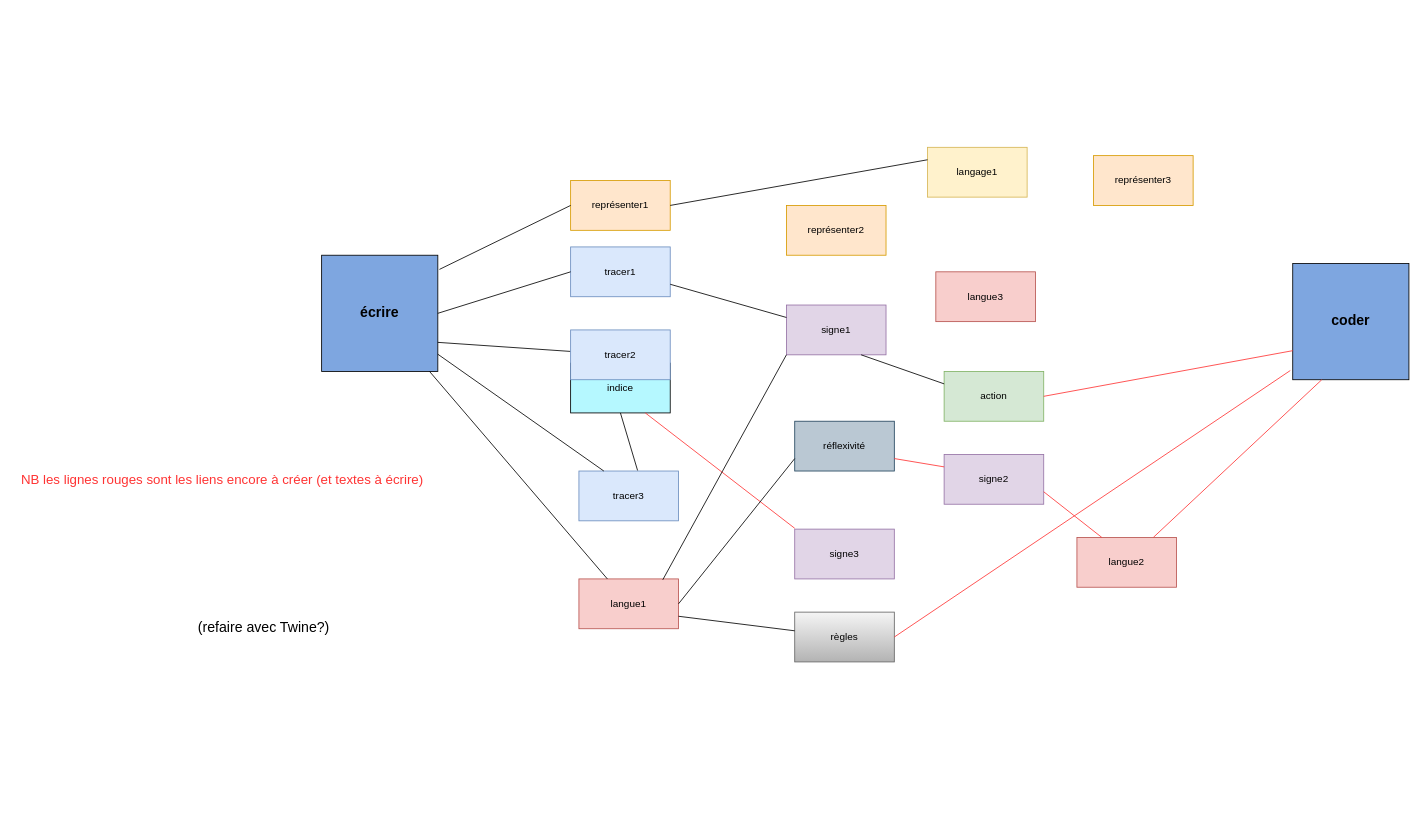
babelhead/EcrireCoder keeps this draw.io diagram as carte hypertexte ecrirecoder.drawio. Above is the earlier version. Source tidied: cells renumbered, new cells numbered last; positions are measured from the earlier drawing's top-left corner, leaving out a move shared by most shapes. Both pictures are drawn from the tidied source at 83%, with x=0, y=0 at pixel (14, 147).
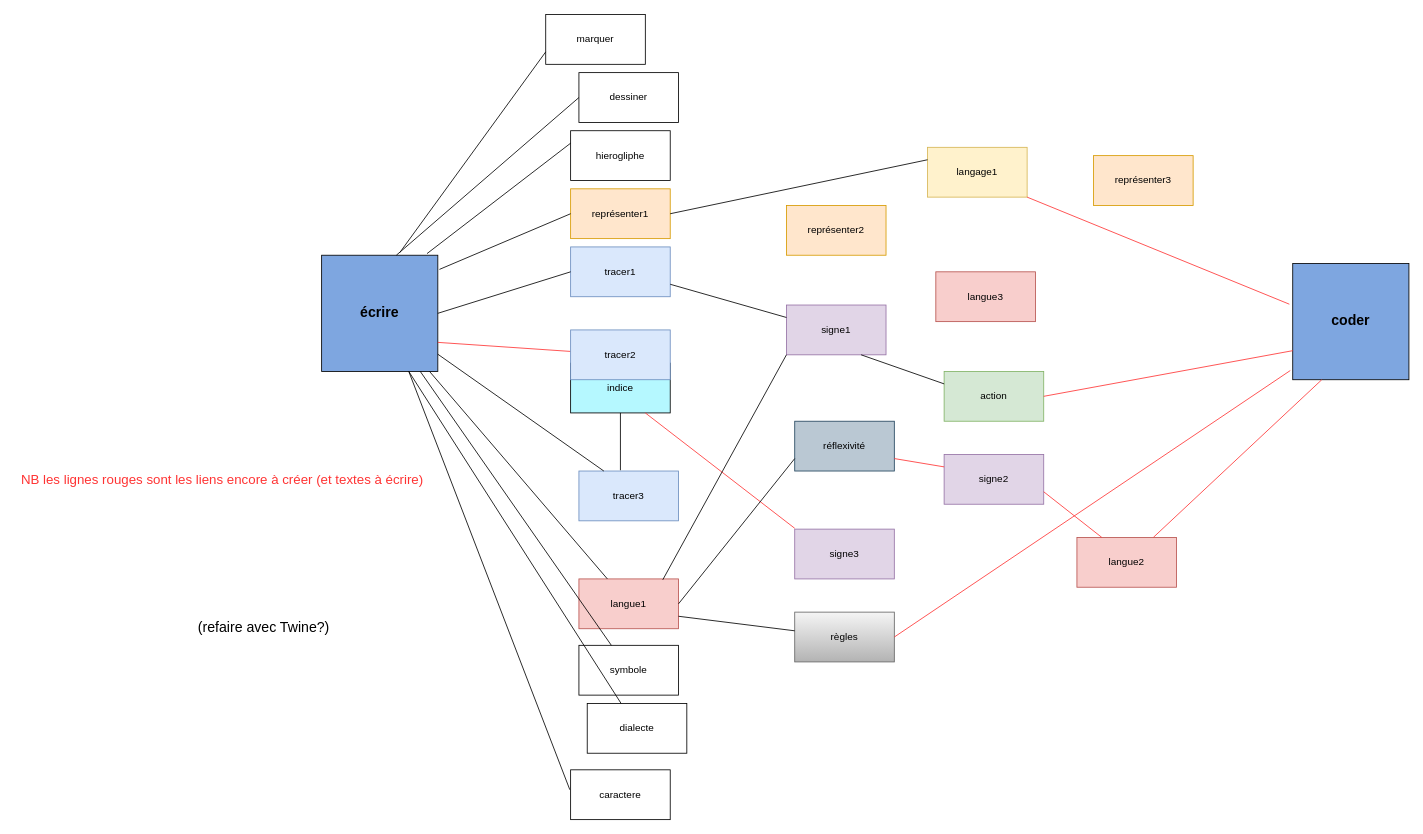
After the change.

Unchanged cells that the change refers to:
```xml
<mxCell id="2" value="&lt;b&gt;&lt;font style=&quot;font-size: 17px&quot;&gt;écrire&lt;/font&gt;&lt;/b&gt;" style="whiteSpace=wrap;html=1;fillColor=#7EA6E0;" parent="1" vertex="1">
  <mxGeometry x="370" y="130" width="140" height="140" as="geometry" />
</mxCell>
<mxCell id="3" value="&lt;b&gt;&lt;font style=&quot;font-size: 17px&quot;&gt;coder&lt;/font&gt;&lt;/b&gt;" style="whiteSpace=wrap;html=1;fillColor=#7EA6E0;" parent="1" vertex="1">
  <mxGeometry x="1540" y="140" width="140" height="140" as="geometry" />
</mxCell>
<mxCell id="5" value="tracer3" style="rounded=0;whiteSpace=wrap;html=1;fillColor=#dae8fc;strokeColor=#6c8ebf;" parent="1" vertex="1">
  <mxGeometry x="680" y="390" width="120" height="60" as="geometry" />
</mxCell>
<mxCell id="14" value="indice" style="rounded=0;whiteSpace=wrap;html=1;fillColor=#B5F8FF;" parent="1" vertex="1">
  <mxGeometry x="670" y="260" width="120" height="60" as="geometry" />
</mxCell>
<mxCell id="34" value="tracer2" style="rounded=0;whiteSpace=wrap;html=1;fillColor=#dae8fc;strokeColor=#6c8ebf;" parent="1" vertex="1">
  <mxGeometry x="670" y="220" width="120" height="60" as="geometry" />
</mxCell>
```

Change to the diagram source:
```diff
@@
     <mxCell id="4" value="représenter1" style="rounded=0;whiteSpace=wrap;html=1;fillColor=#ffe6cc;strokeColor=#d79b00;" parent="1" vertex="1">
-      <mxGeometry x="670" y="40" width="120" height="60" as="geometry" />
+      <mxGeometry x="670" y="50" width="120" height="60" as="geometry" />
     </mxCell>
@@
-    <mxCell id="18" style="endArrow=none;html=1;entryX=1;entryY=0.75;entryDx=0;entryDy=0;" parent="1" edge="1" source="34" target="2">
+    <mxCell id="18" style="endArrow=none;html=1;entryX=1;entryY=0.75;entryDx=0;entryDy=0;strokeColor=#FF3333;" parent="1" edge="1" source="34" target="2">
       <mxGeometry relative="1" as="geometry" />
     </mxCell>
@@
-    <mxCell id="22" style="endArrow=none;html=1;exitX=0.5;exitY=1;exitDx=0;exitDy=0;entryX=0.589;entryY=-0.011;entryDx=0;entryDy=0;entryPerimeter=0;" parent="1" edge="1" source="14" target="5">
-      <mxGeometry relative="1" as="geometry" />
+    <mxCell id="22" style="endArrow=none;html=1;exitX=0.5;exitY=1;exitDx=0;exitDy=0;" parent="1" edge="1" source="14">
+      <mxGeometry relative="1" as="geometry">
+        <mxPoint x="730" y="389" as="targetPoint" />
+      </mxGeometry>
     </mxCell>
@@
+    <mxCell id="41" style="endArrow=none;html=1;strokeColor=#FF3333;exitX=-0.029;exitY=0.35;exitDx=0;exitDy=0;exitPerimeter=0;" parent="1" edge="1" source="3">
+      <mxGeometry relative="1" as="geometry">
+        <mxPoint x="1220" y="60" as="targetPoint" />
+      </mxGeometry>
+    </mxCell>
+    <mxCell id="42" value="hierogliphe" style="rounded=0;whiteSpace=wrap;html=1;" parent="1" vertex="1">
+      <mxGeometry x="670" y="-20" width="120" height="60" as="geometry" />
+    </mxCell>
+    <mxCell id="43" value="dessiner" style="rounded=0;whiteSpace=wrap;html=1;" parent="1" vertex="1">
+      <mxGeometry x="680" y="-90" width="120" height="60" as="geometry" />
+    </mxCell>
+    <mxCell id="44" value="caractere" style="rounded=0;whiteSpace=wrap;html=1;" parent="1" vertex="1">
+      <mxGeometry x="670" y="750" width="120" height="60" as="geometry" />
+    </mxCell>
+    <mxCell id="45" value="marquer" style="rounded=0;whiteSpace=wrap;html=1;" parent="1" vertex="1">
+      <mxGeometry x="640" y="-160" width="120" height="60" as="geometry" />
+    </mxCell>
+    <mxCell id="46" value="symbole" style="rounded=0;whiteSpace=wrap;html=1;" parent="1" vertex="1">
+      <mxGeometry x="680" y="600" width="120" height="60" as="geometry" />
+    </mxCell>
+    <mxCell id="47" value="dialecte" style="rounded=0;whiteSpace=wrap;html=1;" parent="1" vertex="1">
+      <mxGeometry x="690" y="670" width="120" height="60" as="geometry" />
+    </mxCell>
+    <mxCell id="48" style="endArrow=none;html=1;exitX=0.643;exitY=0;exitDx=0;exitDy=0;entryX=0;entryY=0.5;entryDx=0;entryDy=0;exitPerimeter=0;" parent="1" edge="1" source="2" target="43">
+      <mxGeometry relative="1" as="geometry" />
+    </mxCell>
+    <mxCell id="49" style="endArrow=none;html=1;entryX=0;entryY=0.25;entryDx=0;entryDy=0;exitX=0.907;exitY=-0.014;exitDx=0;exitDy=0;exitPerimeter=0;" parent="1" edge="1" source="2" target="42">
+      <mxGeometry relative="1" as="geometry" />
+    </mxCell>
+    <mxCell id="50" style="endArrow=none;html=1;strokeColor=#000000;" parent="1" edge="1" source="2" target="46">
+      <mxGeometry relative="1" as="geometry" />
+    </mxCell>
+    <mxCell id="51" style="endArrow=none;html=1;strokeColor=#000000;entryX=0.75;entryY=1;entryDx=0;entryDy=0;exitX=-0.008;exitY=0.4;exitDx=0;exitDy=0;exitPerimeter=0;" parent="1" edge="1" source="44" target="2">
+      <mxGeometry relative="1" as="geometry" />
+    </mxCell>
+    <mxCell id="52" style="endArrow=none;html=1;strokeColor=#000000;exitX=0.75;exitY=1;exitDx=0;exitDy=0;" parent="1" edge="1" source="2" target="47">
+      <mxGeometry relative="1" as="geometry" />
+    </mxCell>
+    <mxCell id="53" style="endArrow=none;html=1;strokeColor=#000000;entryX=0;entryY=0.75;entryDx=0;entryDy=0;exitX=0.671;exitY=-0.021;exitDx=0;exitDy=0;exitPerimeter=0;" parent="1" edge="1" source="2" target="45">
+      <mxGeometry relative="1" as="geometry" />
+    </mxCell>
```
